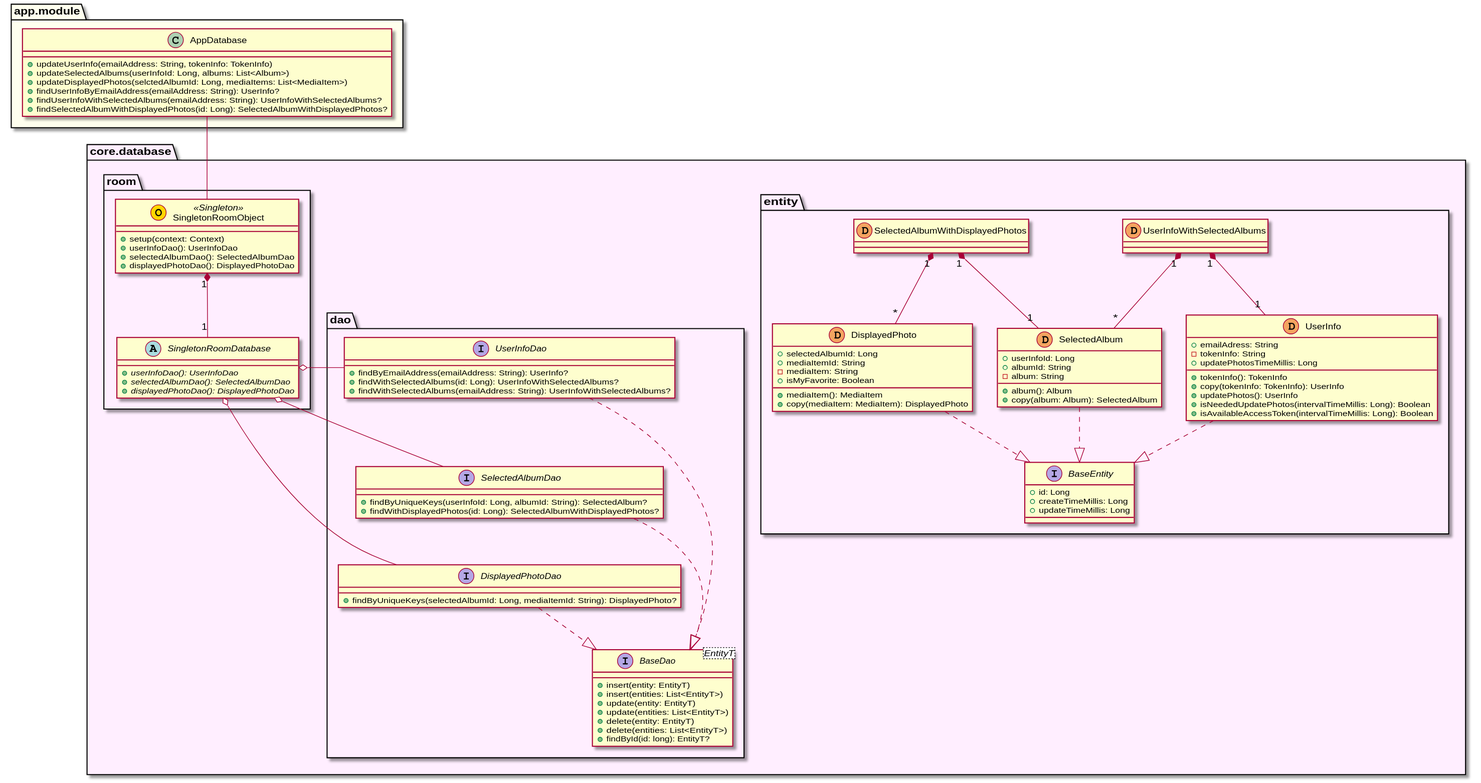
Earlier version of the PlantUML export uml/database/class_diagram_database.svg (sallyluenoa/PhotoSlideShow).
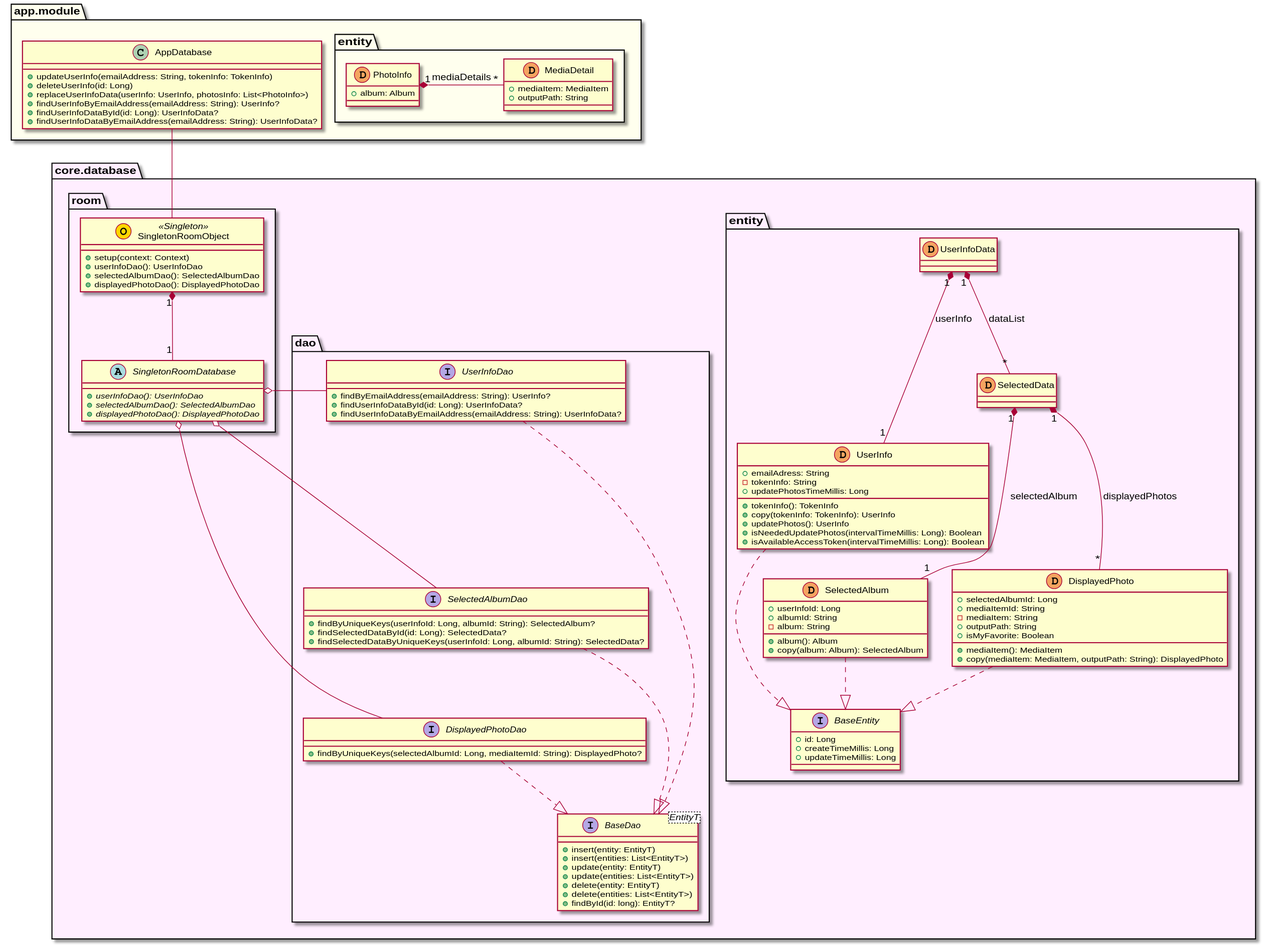
Above is the later version.

Diff of the diagram source:
```diff
@@ -28,21 +28,22 @@
       + selectedAlbumId: Long
       + mediaItemId: String
       - mediaItem: String
+      + outputPath: String
       + isMyFavorite: Boolean
       + mediaItem(): MediaItem
-      + copy(mediaItem: MediaItem): DisplayedPhoto
+      + copy(mediaItem: MediaItem, outputPath: String): DisplayedPhoto
     }
-    class UserInfoWithSelectedAlbums << (D, sandybrown) >>
-    class SelectedAlbumWithDisplayedPhotos << (D, sandybrown) >>
+    class UserInfoData << (D, sandybrown) >>
+    class SelectedData << (D, sandybrown) >>
 
     UserInfo ..|> BaseEntity
     SelectedAlbum ..|> BaseEntity
     DisplayedPhoto ..|> BaseEntity
 
-    UserInfoWithSelectedAlbums "1" *-- "1" UserInfo
-    UserInfoWithSelectedAlbums "1" *-- "*" SelectedAlbum
-    SelectedAlbumWithDisplayedPhotos "1" *-- "1" SelectedAlbum
-    SelectedAlbumWithDisplayedPhotos "1" *-- "*" DisplayedPhoto
+    UserInfoData "1" *-- "1" UserInfo: userInfo
+    UserInfoData "1" *-- "*" SelectedData: dataList
+    SelectedData "1" *-- "1" SelectedAlbum: selectedAlbum
+    SelectedData "1" *-- "*" DisplayedPhoto: displayedPhotos
   }
 
   namespace dao {
@@ -57,12 +58,13 @@
     }
     interface UserInfoDao {
       + findByEmailAddress(emailAddress: String): UserInfo?
-      + findWithSelectedAlbums(id: Long): UserInfoWithSelectedAlbums?
-      + findWithSelectedAlbums(emailAddress: String): UserInfoWithSelectedAlbums?
+      + findUserInfoDataById(id: Long): UserInfoData?
+      + findUserInfoDataByEmailAddress(emailAddress: String): UserInfoData?
     }
     interface SelectedAlbumDao {
       + findByUniqueKeys(userInfoId: Long, albumId: String): SelectedAlbum?
-      + findWithDisplayedPhotos(id: Long): SelectedAlbumWithDisplayedPhotos?
+      + findSelectedDataById(id: Long): SelectedData?
+      + findSelectedDataByUniqueKeys(userInfoId: Long, albumId: String): SelectedData?
     }
     interface DisplayedPhotoDao {
       + findByUniqueKeys(selectedAlbumId: Long, mediaItemId: String): DisplayedPhoto?
@@ -95,14 +97,26 @@
 
 namespace app.module #FFFFEE {
 
-    class AppDatabase {
-      + updateUserInfo(emailAddress: String, tokenInfo: TokenInfo)
-      + updateSelectedAlbums(userInfoId: Long, albums: List<Album>)
-      + updateDisplayedPhotos(selctedAlbumId: Long, mediaItems: List<MediaItem>)
-      + findUserInfoByEmailAddress(emailAddress: String): UserInfo?
-      + findUserInfoWithSelectedAlbums(emailAddress: String): UserInfoWithSelectedAlbums?
-      + findSelectedAlbumWithDisplayedPhotos(id: Long): SelectedAlbumWithDisplayedPhotos?
+  namespace entity {
+    class PhotoInfo << (D, sandybrown) >> {
+      + album: Album
     }
+    class MediaDetail << (D, sandybrown) >> {
+      + mediaItem: MediaItem
+      + outputPath: String
+    }
+
+    PhotoInfo "1" *-right- "*" MediaDetail: mediaDetails
+  }
+
+  class AppDatabase {
+    + updateUserInfo(emailAddress: String, tokenInfo: TokenInfo)
+    + deleteUserInfo(id: Long)
+    + replaceUserInfoData(userInfo: UserInfo, photosInfo: List<PhotoInfo>)
+    + findUserInfoByEmailAddress(emailAddress: String): UserInfo?
+    + findUserInfoDataById(id: Long): UserInfoData?
+    + findUserInfoDataByEmailAddress(emailAddress: String): UserInfoData?
+   }
 }
 
 core.database.room.SingletonRoomDatabase o-right- core.database.dao.UserInfoDao
```
